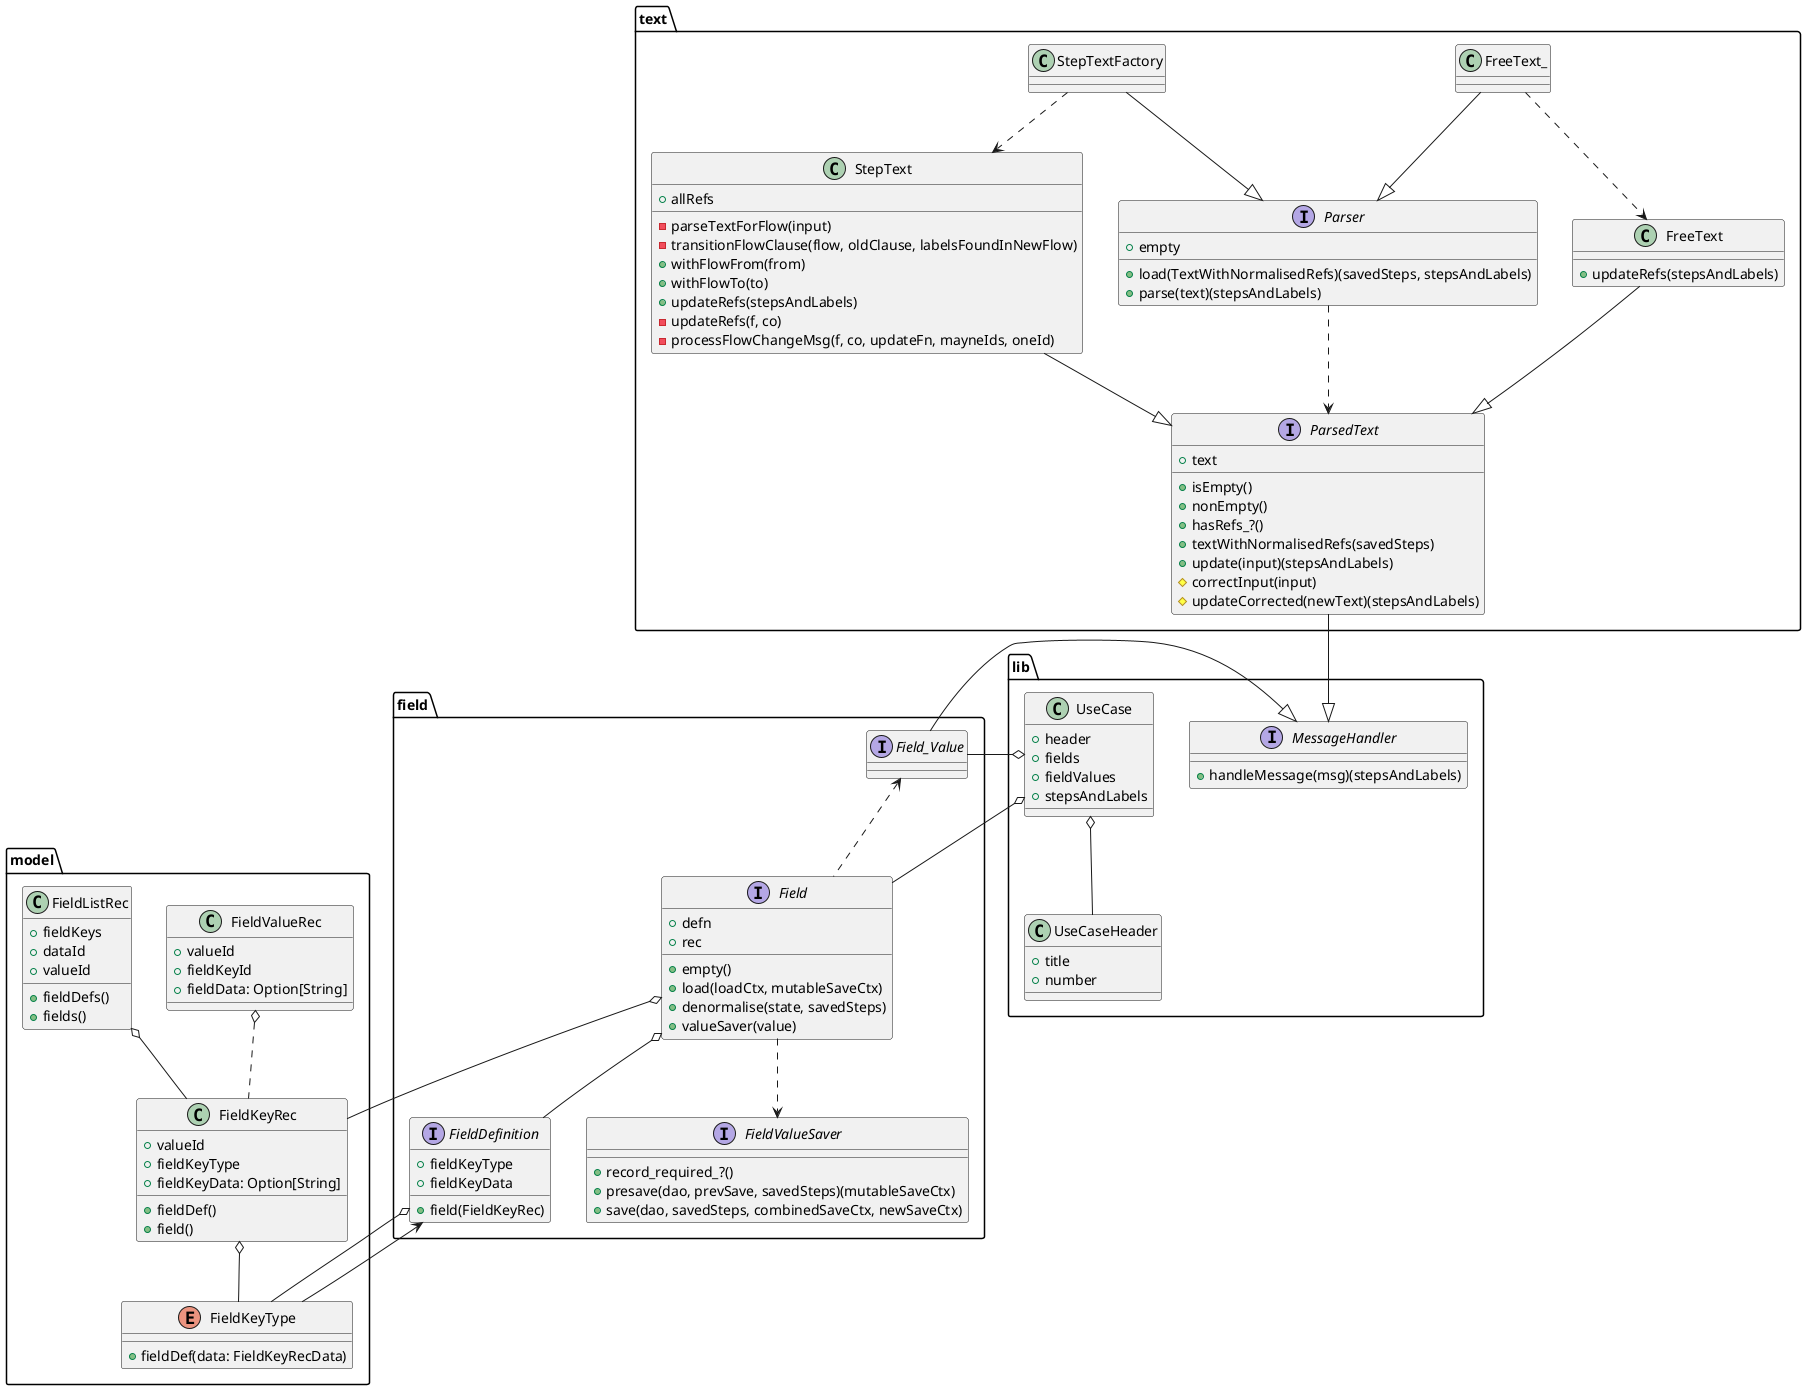
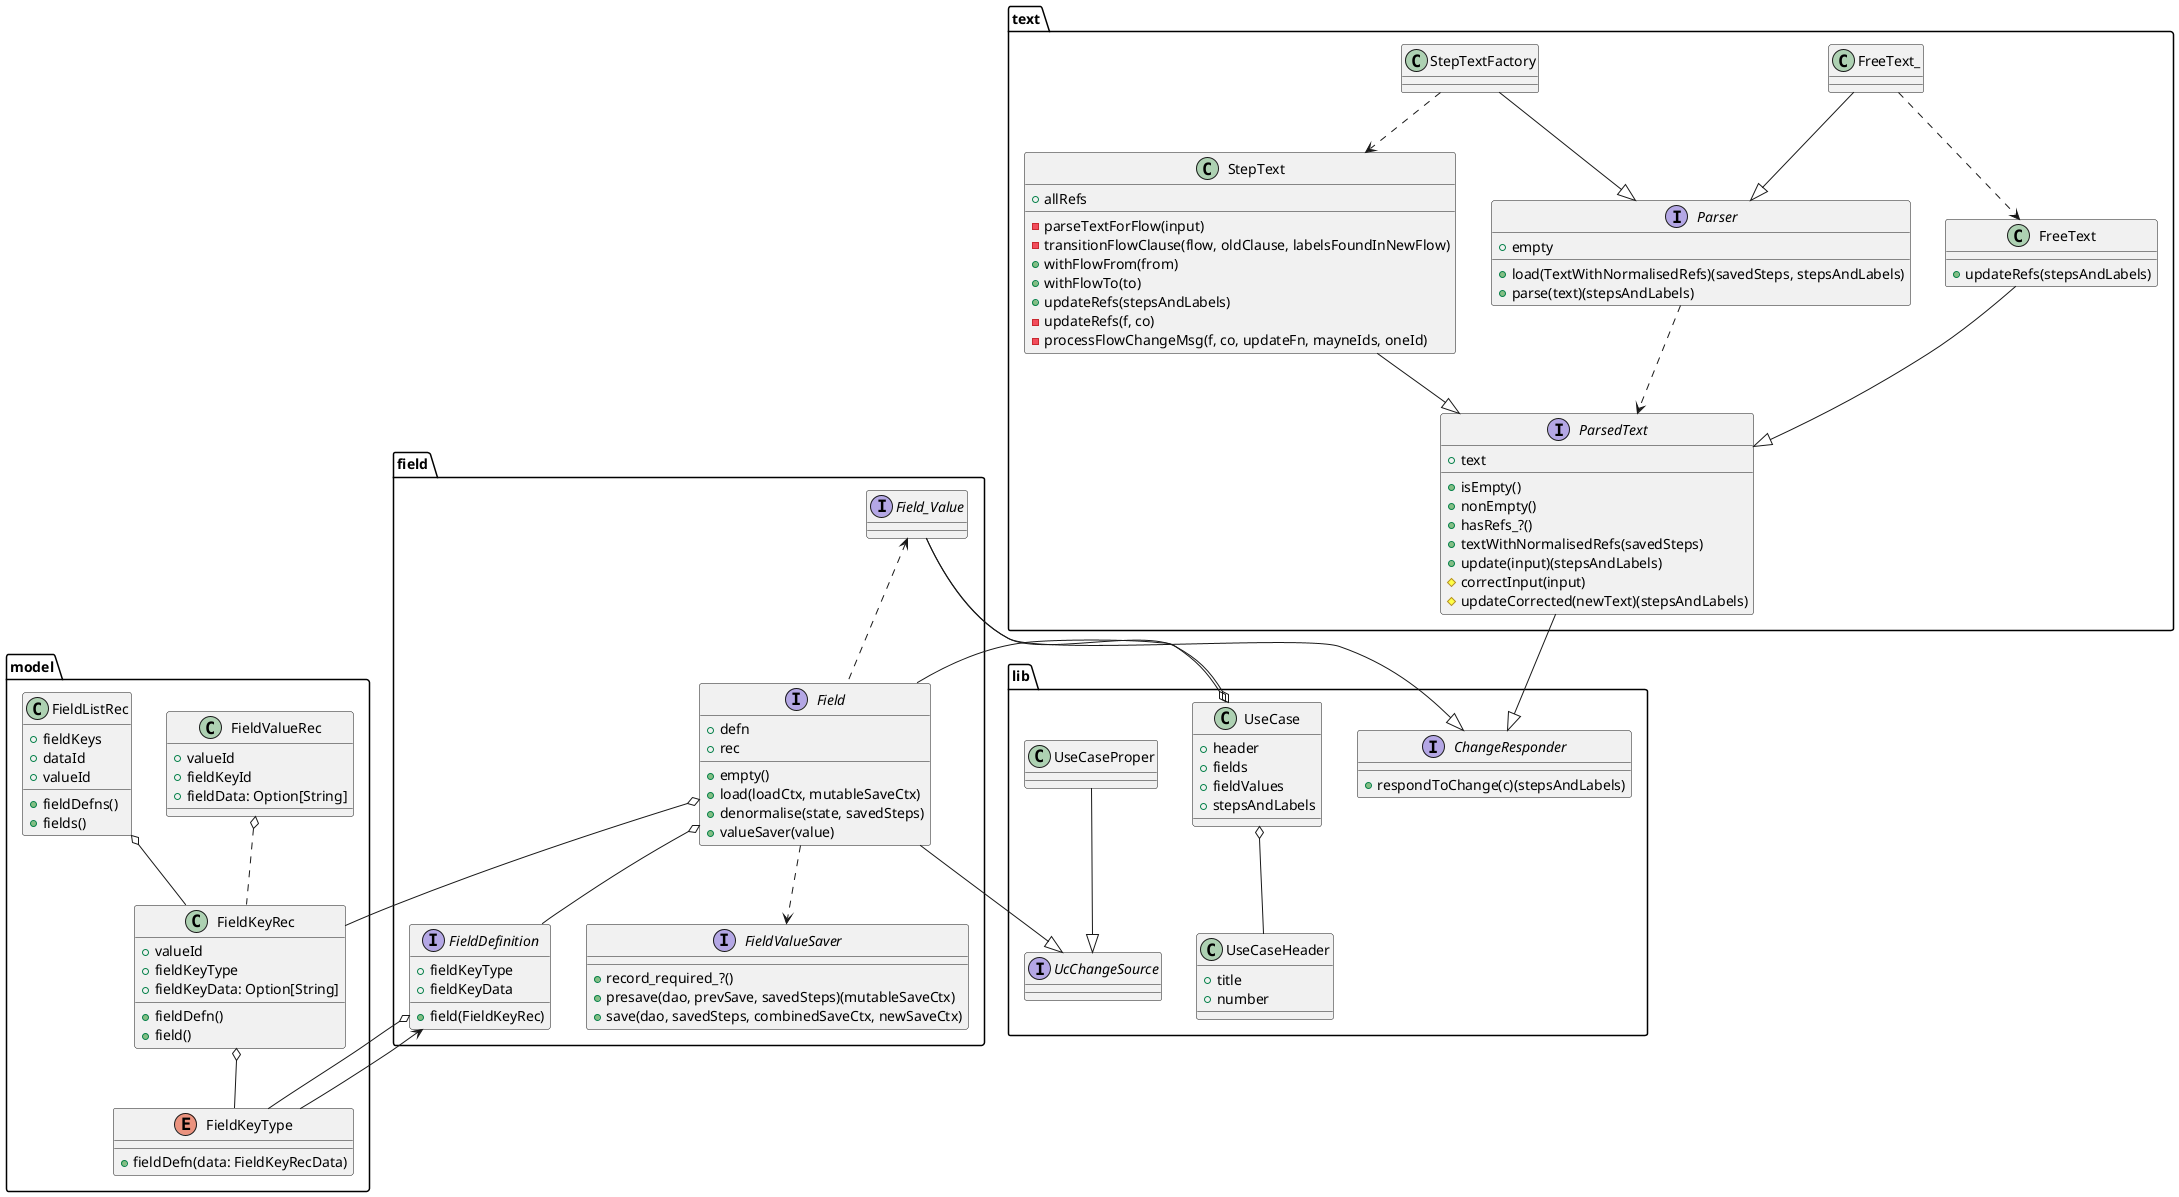
@startuml classes-top.png

package lib {
- 	interface MessageHandler {
- 		+handleMessage(msg)(stepsAndLabels)
- 	}
+ 	interface ChangeResponder {
+ 		+respondToChange(c)(stepsAndLabels)
+ 	}
+ 	interface UcChangeSource
+ 	UseCaseProper --|> UcChangeSource
	class UseCaseHeader {
		+title
		+number
	}
	class UseCase {
		+header
		+fields
		+fieldValues
		+stepsAndLabels
	}
	UseCase o-- UseCaseHeader
}

package model {
	enum FieldKeyType {
- 		+fieldDef(data: FieldKeyRecData)
+ 		+fieldDefn(data: FieldKeyRecData)
	}
	class FieldKeyRec {
		+valueId
		+fieldKeyType
		+fieldKeyData: Option[String]
- 		+fieldDef()
+ 		+fieldDefn()
		+field()
	}
	FieldKeyRec o-- FieldKeyType
	class FieldValueRec {
		+valueId
		+fieldKeyId
		+fieldData: Option[String]
	}
	FieldValueRec o.. FieldKeyRec
	class FieldListRec {
		+fieldKeys
		+dataId
		+valueId
- 		+fieldDefs()
+ 		+fieldDefns()
		+fields()
	}
	FieldListRec o-- FieldKeyRec
}

package text {
	interface Parser {
		+empty
		+load(TextWithNormalisedRefs)(savedSteps, stepsAndLabels)
		+parse(text)(stepsAndLabels)
	}
	interface ParsedText {
		+text
		+isEmpty()
		+nonEmpty()
		+hasRefs_?()
		+textWithNormalisedRefs(savedSteps)
		+update(input)(stepsAndLabels)
		#correctInput(input)
		#updateCorrected(newText)(stepsAndLabels)
	}
	class FreeText {
		+updateRefs(stepsAndLabels)
	}
	class StepText {
		+allRefs
		-parseTextForFlow(input)
		-transitionFlowClause(flow, oldClause, labelsFoundInNewFlow)
		+withFlowFrom(from)
		+withFlowTo(to)
		+updateRefs(stepsAndLabels)
		-updateRefs(f, co)
		-processFlowChangeMsg(f, co, updateFn, mayneIds, oneId)
	}
- 	ParsedText --|> MessageHandler
+ 	ParsedText --|> ChangeResponder
	FreeText --|> ParsedText
	StepText --|> ParsedText
	Parser ..> ParsedText
	FreeText_ --|> Parser
	FreeText_ ..> FreeText
	StepTextFactory --|> Parser
	StepTextFactory ..> StepText
}

package field {
	interface FieldDefinition {
		+fieldKeyType
		+fieldKeyData
		+field(FieldKeyRec)
	}
	interface Field {
		+defn
		+rec
		+empty()
		+load(loadCtx, mutableSaveCtx)
		+denormalise(state, savedSteps)
		+valueSaver(value)
	}
	interface FieldValueSaver {
		+record_required_?()
		+presave(dao, prevSave, savedSteps)(mutableSaveCtx)
		+save(dao, savedSteps, combinedSaveCtx, newSaveCtx)
	}
	interface Field_Value
	Field o-- FieldKeyRec
	Field o-- FieldDefinition
	Field ..> FieldValueSaver
+ 	Field --|> UcChangeSource
	FieldDefinition o-- FieldKeyType
	FieldDefinition <-- FieldKeyType
	' Field_Value ..o FieldValueSaver
	Field_Value <.. Field
- 	Field_Value --|> MessageHandler
+ 	Field_Value --|> ChangeResponder
}

UseCase o-- Field
UseCase o-- Field_Value

@enduml

'=======================================================================================================================
@startuml classes-fields.png

package field {
	interface FieldDefinition {
		+fieldKeyType
		+fieldKeyData
		+field(FieldKeyRec)
	}
	interface Field {
		+defn
		+rec
		+empty()
		+load(loadCtx, mutableSaveCtx)
		+denormalise(state, savedSteps)
		+valueSaver(value)
	}
	interface FieldValueSaver {
		+record_required_?()
		+presave(dao, prevSave, savedSteps)(mutableSaveCtx)
		+save(dao, savedSteps, combinedSaveCtx, newSaveCtx)
	}
	interface Field_Value
	Field o-- FieldDefinition
	Field ..> FieldValueSaver
	' Field_Value ..o FieldValueSaver
	Field_Value <.. Field
}

package text {
	class TextFieldDefinition {
		+title
	}
	class TextFieldValueSaver {
		+state(savedSteps)
	}
	class TextFieldValue << virtual >> {
		+FreeText
+ 	}
+ 	class TextField {
+ 		+updateText(id, newText)(uc)
	}
	' TextFieldDefinition --|> FieldDefinition
	' TextField --|> Field
	TextField o-- TextFieldDefinition
	TextField o.. TextFieldValue
	' TextFieldValueSaver --|> FieldValueSaver
	TextField ..> TextFieldValueSaver
	' TextFieldValue .. FreeText
	TextFieldValue --o TextFieldValueSaver
	' Field_Value <|-- TextFieldValue
}

package step {
	abstract class StepField {
		+sli: startingLabelIndices
+ 		+preferTitleInRoot_?()
+ 		+prohibitRemoval_?(value, id)
		+rootLabelPrefix(UseCaseHeader)
+ 		+updateText(id, newText)(uc)
+ 		+addTailStep(uc)
+ 		+addStep(precedingNodeId)(uc)
+ 		+removeStep(id)(uc)
+ 		+decreaseIndent(id)(uc)
+ 		+increaseIndent(id)(uc)
	}
	class StepFieldValueSaver {
		+normalisedState(savedSteps)
	}
	class StepFieldValue {
+ 		+field
		+tree
		+textmap
+ 		+getNormalisedText(id, savedSteps)
+ 		+respondToChange(c)(stepsAndLabels)
+ 		+withNewStep(newTree, stepId)
+ 		+withNewTree(newTree)
	}
	' NormalisedStepTree
	' NormalisedStep
	' StepFieldValue o-- StepTree
	' StepFieldValue o-- StepText
	' StepField --|> Field
- 	StepField *-- StepFieldValue
+ 	StepField o.. StepFieldValue
+ 	StepField --* StepFieldValue
	StepField ..> StepFieldValueSaver
	StepFieldValueSaver o-- StepFieldValue
	' StepFieldValueSaver --|> FieldValueSaver
	' Field_Value <|-- StepFieldValue

	' NormalCourseFieldDefinition --|> FieldDefinition
	NormalCourseField --|> StepField
	NormalCourseField o-- NormalCourseFieldDefinition

	' ExceptionCourseFieldDefinition --|> FieldDefinition
	ExceptionCourseField --|> StepField
	ExceptionCourseField o-- ExceptionCourseFieldDefinition
}

@enduml
